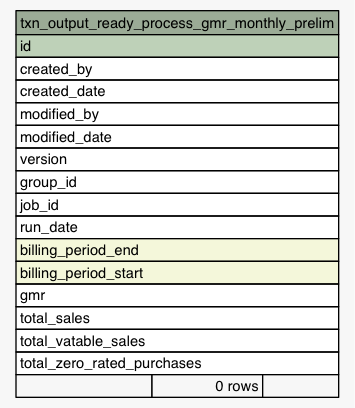
Earlier version of the Graphviz export Data/settlement/diagrams/summary/txn_output_ready_process_gmr_monthly_prelim.1degree.png (eyana-m/python-data-dictionary-writer). Its source is kept beside it as Data/settlement/diagrams/summary/txn_output_ready_process_gmr_monthly_prelim.1degree.dot. The source it was exported from:
```dot
digraph "txn_output_ready_process_gmr_monthly_prelim" {
  graph [
    rankdir="RL"
    bgcolor="#f7f7f7"
    nodesep="0.18"
    ranksep="0.46"
    fontname="Helvetica"
    fontsize="11"
  ];
  node [
    fontname="Helvetica"
    fontsize="11"
    shape="plaintext"
  ];
  edge [
    arrowsize="0.8"
  ];
  "txn_output_ready_process_gmr_monthly_prelim" [
    label=<
    <TABLE BORDER="0" CELLBORDER="1" CELLSPACING="0" BGCOLOR="#ffffff">
      <TR><TD COLSPAN="3" BGCOLOR="#9bab96" ALIGN="CENTER">txn_output_ready_process_gmr_monthly_prelim</TD></TR>
      <TR><TD PORT="id" COLSPAN="3" BGCOLOR="#bed1b8" ALIGN="LEFT">id</TD></TR>
      <TR><TD PORT="created_by" COLSPAN="3" ALIGN="LEFT">created_by</TD></TR>
      <TR><TD PORT="created_date" COLSPAN="3" ALIGN="LEFT">created_date</TD></TR>
      <TR><TD PORT="modified_by" COLSPAN="3" ALIGN="LEFT">modified_by</TD></TR>
      <TR><TD PORT="modified_date" COLSPAN="3" ALIGN="LEFT">modified_date</TD></TR>
      <TR><TD PORT="version" COLSPAN="3" ALIGN="LEFT">version</TD></TR>
      <TR><TD PORT="group_id" COLSPAN="3" ALIGN="LEFT">group_id</TD></TR>
      <TR><TD PORT="job_id" COLSPAN="3" ALIGN="LEFT">job_id</TD></TR>
      <TR><TD PORT="run_date" COLSPAN="3" ALIGN="LEFT">run_date</TD></TR>
      <TR><TD PORT="billing_period_end" COLSPAN="3" BGCOLOR="#f4f7da" ALIGN="LEFT">billing_period_end</TD></TR>
      <TR><TD PORT="billing_period_start" COLSPAN="3" BGCOLOR="#f4f7da" ALIGN="LEFT">billing_period_start</TD></TR>
      <TR><TD PORT="gmr" COLSPAN="3" ALIGN="LEFT">gmr</TD></TR>
      <TR><TD PORT="total_sales" COLSPAN="3" ALIGN="LEFT">total_sales</TD></TR>
      <TR><TD PORT="total_vatable_sales" COLSPAN="3" ALIGN="LEFT">total_vatable_sales</TD></TR>
      <TR><TD PORT="total_zero_rated_purchases" COLSPAN="3" ALIGN="LEFT">total_zero_rated_purchases</TD></TR>
      <TR><TD ALIGN="LEFT" BGCOLOR="#f7f7f7">  </TD><TD ALIGN="RIGHT" BGCOLOR="#f7f7f7">0 rows</TD><TD ALIGN="RIGHT" BGCOLOR="#f7f7f7">  </TD></TR>
    </TABLE>>
    URL="tables/txn_output_ready_process_gmr_monthly_prelim.html"
    tooltip="txn_output_ready_process_gmr_monthly_prelim"
  ];
}
```
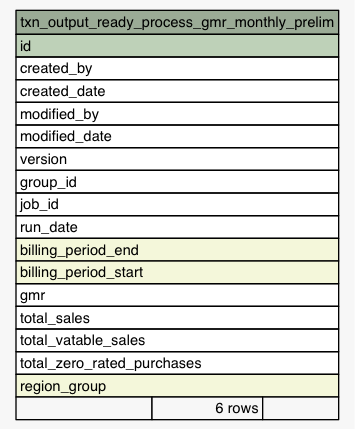
Later version of the same file.

Change to the diagram source:
```diff
@@ -34,7 +34,8 @@
       <TR><TD PORT="total_sales" COLSPAN="3" ALIGN="LEFT">total_sales</TD></TR>
       <TR><TD PORT="total_vatable_sales" COLSPAN="3" ALIGN="LEFT">total_vatable_sales</TD></TR>
       <TR><TD PORT="total_zero_rated_purchases" COLSPAN="3" ALIGN="LEFT">total_zero_rated_purchases</TD></TR>
-      <TR><TD ALIGN="LEFT" BGCOLOR="#f7f7f7">  </TD><TD ALIGN="RIGHT" BGCOLOR="#f7f7f7">0 rows</TD><TD ALIGN="RIGHT" BGCOLOR="#f7f7f7">  </TD></TR>
+      <TR><TD PORT="region_group" COLSPAN="3" BGCOLOR="#f4f7da" ALIGN="LEFT">region_group</TD></TR>
+      <TR><TD ALIGN="LEFT" BGCOLOR="#f7f7f7">  </TD><TD ALIGN="RIGHT" BGCOLOR="#f7f7f7">6 rows</TD><TD ALIGN="RIGHT" BGCOLOR="#f7f7f7">  </TD></TR>
     </TABLE>>
     URL="tables/txn_output_ready_process_gmr_monthly_prelim.html"
     tooltip="txn_output_ready_process_gmr_monthly_prelim"
```
